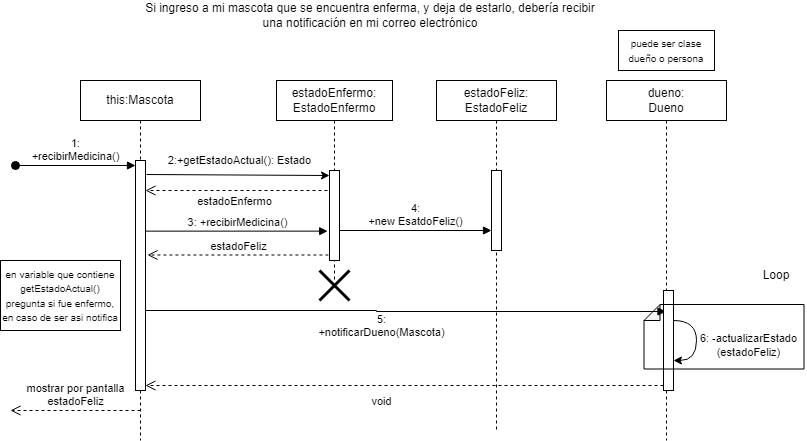
lautaro2034/pr2 keeps this draw.io diagram as tp integrador -final/diagrama de secuencias/patron Observer/patron observer.drawio.png. Above is the earlier version. Source tidied: cells renumbered, new cells last; positions are measured from the earlier drawing's top-left corner, leaving out a move shared by most shapes. The source it was exported from:
```xml
<mxGraphModel>
  <root>
    <mxCell id="0" />
    <mxCell id="1" parent="0" />
    <mxCell id="2" value="Si ingreso a mi mascota que se encuentra enferma, y deja de estarlo, debería recibir una notificación en mi correo electrónico" style="text;html=1;align=center;verticalAlign=middle;whiteSpace=wrap;rounded=0;" parent="1" vertex="1">
      <mxGeometry x="140" width="460" height="30" as="geometry" />
    </mxCell>
    <mxCell id="3" value="this:Mascota" style="shape=umlLifeline;perimeter=lifelinePerimeter;whiteSpace=wrap;html=1;newEdgeStyle={&quot;curved&quot;:0,&quot;rounded&quot;:0};" parent="1" vertex="1">
      <mxGeometry x="80" y="80" width="120" height="360" as="geometry" />
    </mxCell>
    <mxCell id="4" style="html=1;points=[[0,0,0,0,5],[0,1,0,0,-5],[1,0,0,0,5],[1,1,0,0,-5]];perimeter=orthogonalPerimeter;outlineConnect=0;targetShapes=umlLifeline;portConstraint=eastwest;newEdgeStyle={&quot;curved&quot;:0,&quot;rounded&quot;:0};" parent="3" vertex="1">
      <mxGeometry x="55" y="80" width="10" height="230" as="geometry" />
    </mxCell>
    <mxCell id="5" value="estadoEnfermo:&lt;div&gt;EstadoEnfermo&lt;/div&gt;" style="shape=umlLifeline;perimeter=lifelinePerimeter;whiteSpace=wrap;html=1;newEdgeStyle={&quot;curved&quot;:0,&quot;rounded&quot;:0};" parent="1" vertex="1">
      <mxGeometry x="276" y="80" width="116" height="200" as="geometry" />
    </mxCell>
    <mxCell id="6" style="html=1;points=[[0,0,0,0,5],[0,1,0,0,-5],[1,0,0,0,5],[1,1,0,0,-5]];perimeter=orthogonalPerimeter;outlineConnect=0;targetShapes=umlLifeline;portConstraint=eastwest;newEdgeStyle={&quot;curved&quot;:0,&quot;rounded&quot;:0};" parent="5" vertex="1">
      <mxGeometry x="53" y="90" width="10" height="90" as="geometry" />
    </mxCell>
    <mxCell id="7" value="estadoFeliz:&lt;div&gt;EstadoFeliz&lt;/div&gt;" style="shape=umlLifeline;perimeter=lifelinePerimeter;whiteSpace=wrap;html=1;newEdgeStyle={&quot;curved&quot;:0,&quot;rounded&quot;:0};" parent="1" vertex="1">
      <mxGeometry x="436" y="80" width="120" height="350" as="geometry" />
    </mxCell>
    <mxCell id="8" style="html=1;perimeter=orthogonalPerimeter;targetShapes=umlLifeline;newEdgeStyle={&quot;curved&quot;:0,&quot;rounded&quot;:0};" parent="7" vertex="1">
      <mxGeometry x="55" y="90" width="10" height="80" as="geometry" />
    </mxCell>
    <mxCell id="9" style="shape=umlDestroy;whiteSpace=wrap;html=1;strokeWidth=3;targetShapes=umlLifeline;" parent="1" vertex="1">
      <mxGeometry x="319" y="270" width="30" height="30" as="geometry" />
    </mxCell>
    <mxCell id="10" value="mostrar por pantalla&lt;br&gt;estadoFeliz" style="html=1;verticalAlign=bottom;endArrow=open;dashed=1;endSize=8;curved=0;rounded=0;" parent="1" edge="1">
      <mxGeometry relative="1" as="geometry">
        <mxPoint x="140" y="410" as="sourcePoint" />
        <mxPoint x="10" y="410" as="targetPoint" />
      </mxGeometry>
    </mxCell>
    <mxCell id="11" value="estadoFeliz" style="html=1;verticalAlign=bottom;endArrow=open;dashed=1;endSize=8;curved=0;rounded=0;" parent="1" edge="1">
      <mxGeometry relative="1" as="geometry">
        <mxPoint x="327.9" y="254.5" as="sourcePoint" />
        <mxPoint x="147" y="254.5" as="targetPoint" />
      </mxGeometry>
    </mxCell>
    <mxCell id="12" value="3: +recibirMedicina()" style="html=1;verticalAlign=bottom;endArrow=block;curved=0;rounded=0;entryX=-0.18;entryY=0.696;entryDx=0;entryDy=0;entryPerimeter=0;" parent="1" edge="1">
      <mxGeometry x="0.01" relative="1" as="geometry">
        <mxPoint x="145" y="230.6" as="sourcePoint" />
        <mxPoint x="327.2" y="230.6" as="targetPoint" />
      </mxGeometry>
    </mxCell>
    <mxCell id="13" value="1:&lt;div&gt;+recibirMedicina()&lt;/div&gt;" style="html=1;verticalAlign=bottom;startArrow=oval;startFill=1;endArrow=block;startSize=8;curved=0;rounded=0;" parent="1" edge="1">
      <mxGeometry relative="1" as="geometry">
        <mxPoint x="15" y="165" as="sourcePoint" />
        <mxPoint x="135" y="165" as="targetPoint" />
      </mxGeometry>
    </mxCell>
    <mxCell id="14" value="4:&lt;div&gt;+new EsatdoFeliz()&lt;/div&gt;" style="html=1;verticalAlign=bottom;endArrow=block;curved=0;rounded=0;" parent="1" edge="1">
      <mxGeometry relative="1" as="geometry">
        <mxPoint x="339" y="230" as="sourcePoint" />
        <mxPoint x="491" y="230" as="targetPoint" />
      </mxGeometry>
    </mxCell>
    <mxCell id="15" value="5:&lt;div&gt;+notificarDueno(Mascota)&lt;/div&gt;" style="html=1;verticalAlign=bottom;endArrow=block;rounded=0;edgeStyle=orthogonalEdgeStyle;" parent="1" edge="1" target="16">
      <mxGeometry x="-0.09" y="-30" relative="1" as="geometry">
        <mxPoint x="145" y="310" as="sourcePoint" />
        <Array as="points">
          <mxPoint x="376" y="311" />
        </Array>
      </mxGeometry>
    </mxCell>
    <mxCell id="16" value="dueno:&lt;div&gt;Dueno&lt;/div&gt;" style="shape=umlLifeline;perimeter=lifelinePerimeter;whiteSpace=wrap;html=1;outlineConnect=0;portConstraint=eastwest;newEdgeStyle={&quot;curved&quot;:0,&quot;rounded&quot;:0};" parent="1" vertex="1">
      <mxGeometry x="606" y="80" width="120" height="360" as="geometry" />
    </mxCell>
    <mxCell id="17" style="html=1;points=[[0,0,0,0,5],[0,1,0,0,-5],[1,0,0,0,5],[1,1,0,0,-5]];perimeter=orthogonalPerimeter;outlineConnect=0;targetShapes=umlLifeline;portConstraint=eastwest;newEdgeStyle={&quot;curved&quot;:0,&quot;rounded&quot;:0};" parent="16" vertex="1">
      <mxGeometry x="57" y="210" width="10" height="100" as="geometry" />
    </mxCell>
    <mxCell id="18" style="curved=1;endArrow=classic;html=1;rounded=0;elbow=vertical;" parent="16" edge="1" source="17" target="17">
      <mxGeometry relative="1" as="geometry">
        <Array as="points">
          <mxPoint x="90" y="240" />
        </Array>
      </mxGeometry>
    </mxCell>
    <mxCell id="19" value="6: -actualizarEstado&lt;div&gt;(estadoFeliz)&lt;/div&gt;" style="edgeLabel;html=1;align=center;verticalAlign=middle;" parent="18" vertex="1">
      <mxGeometry x="-0.14" y="-3" relative="1" as="geometry">
        <mxPoint x="54" y="10" as="offset" />
      </mxGeometry>
    </mxCell>
    <mxCell id="20" style="shape=note;whiteSpace=wrap;html=1;backgroundOutline=1;darkOpacity=0.05;rotation=-90;gradientColor=default;fillColor=none;size=16;" parent="1" vertex="1">
      <mxGeometry x="691.2" y="256.2" width="64.5" height="160" as="geometry" />
    </mxCell>
    <mxCell id="21" value="Loop" style="text;html=1;align=center;verticalAlign=middle;whiteSpace=wrap;rounded=0;" parent="1" vertex="1">
      <mxGeometry x="746" y="260" width="60" height="30" as="geometry" />
    </mxCell>
    <mxCell id="22" value="void" style="html=1;verticalAlign=bottom;endArrow=open;dashed=1;endSize=8;curved=0;rounded=0;entryX=1;entryY=1;entryDx=0;entryDy=-5;entryPerimeter=0;" parent="1" edge="1" source="17" target="4">
      <mxGeometry x="0.09" y="25" relative="1" as="geometry" />
    </mxCell>
    <mxCell id="23" value="&lt;font style=&quot;font-size: 10px;&quot;&gt;en variable que contiene getEstadoActual() pregunta si fue enfermo, en caso de ser asi notifica&lt;/font&gt;" style="rounded=0;whiteSpace=wrap;html=1;" parent="1" vertex="1">
      <mxGeometry y="260" width="120" height="70" as="geometry" />
    </mxCell>
    <mxCell id="24" style="endArrow=classic;html=1;rounded=0;entryX=0;entryY=0;entryDx=0;entryDy=5;entryPerimeter=0;" parent="1" edge="1" target="6">
      <mxGeometry relative="1" as="geometry">
        <mxPoint x="146" y="174" as="sourcePoint" />
      </mxGeometry>
    </mxCell>
    <mxCell id="25" value="2:+getEstadoActual(): Estado" style="edgeLabel;html=1;align=center;verticalAlign=middle;" parent="24" vertex="1">
      <mxGeometry x="-0.01" y="1" relative="1" as="geometry">
        <mxPoint x="2" y="-14" as="offset" />
      </mxGeometry>
    </mxCell>
    <mxCell id="26" value="estadoEnfermo" style="html=1;verticalAlign=bottom;endArrow=open;dashed=1;endSize=8;curved=0;rounded=0;" parent="1" edge="1" target="4">
      <mxGeometry x="0.02" y="20" relative="1" as="geometry">
        <mxPoint x="327" y="190" as="sourcePoint" />
      </mxGeometry>
    </mxCell>
    <mxCell id="27" value="&lt;span style=&quot;font-size: 10px;&quot;&gt;puede ser clase dueño o persona&lt;/span&gt;" style="rounded=0;whiteSpace=wrap;html=1;" parent="1" vertex="1">
      <mxGeometry x="618" y="30" width="96" height="40" as="geometry" />
    </mxCell>
  </root>
</mxGraphModel>
```
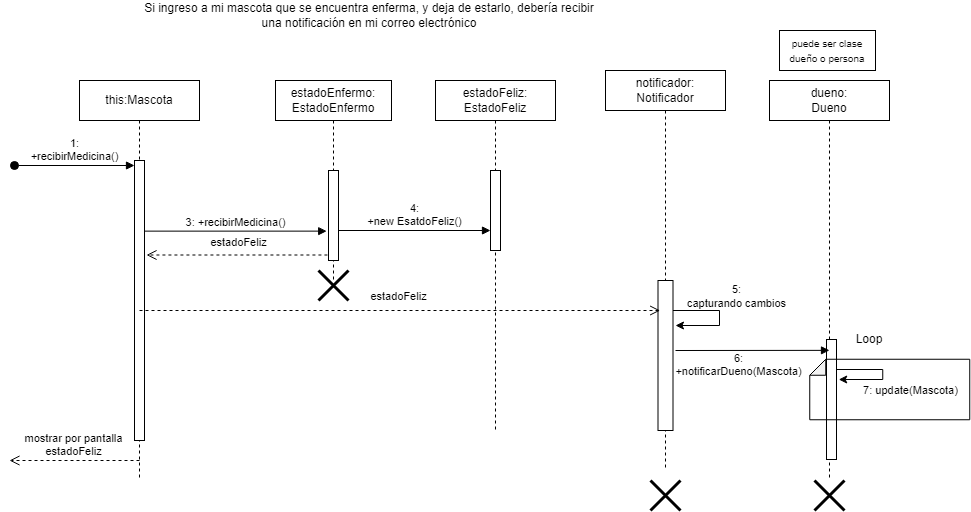
After the change.

Commit message:
agregar clase notificador en diag de secuencia patron observer

What changed in the source:
```diff
@@ -6,10 +6,10 @@
       <mxGeometry x="140" width="460" height="30" as="geometry" />
     </mxCell>
     <mxCell id="3" value="this:Mascota" style="shape=umlLifeline;perimeter=lifelinePerimeter;whiteSpace=wrap;html=1;newEdgeStyle={&quot;curved&quot;:0,&quot;rounded&quot;:0};" parent="1" vertex="1">
-      <mxGeometry x="80" y="80" width="120" height="360" as="geometry" />
+      <mxGeometry x="80" y="80" width="120" height="400" as="geometry" />
     </mxCell>
     <mxCell id="4" style="html=1;points=[[0,0,0,0,5],[0,1,0,0,-5],[1,0,0,0,5],[1,1,0,0,-5]];perimeter=orthogonalPerimeter;outlineConnect=0;targetShapes=umlLifeline;portConstraint=eastwest;newEdgeStyle={&quot;curved&quot;:0,&quot;rounded&quot;:0};" parent="3" vertex="1">
-      <mxGeometry x="55" y="80" width="10" height="230" as="geometry" />
+      <mxGeometry x="55" y="80" width="10" height="280" as="geometry" />
     </mxCell>
     <mxCell id="5" value="estadoEnfermo:&lt;div&gt;EstadoEnfermo&lt;/div&gt;" style="shape=umlLifeline;perimeter=lifelinePerimeter;whiteSpace=wrap;html=1;newEdgeStyle={&quot;curved&quot;:0,&quot;rounded&quot;:0};" parent="1" vertex="1">
       <mxGeometry x="276" y="80" width="116" height="200" as="geometry" />
@@ -28,12 +28,12 @@
     </mxCell>
     <mxCell id="10" value="mostrar por pantalla&lt;br&gt;estadoFeliz" style="html=1;verticalAlign=bottom;endArrow=open;dashed=1;endSize=8;curved=0;rounded=0;" parent="1" edge="1">
       <mxGeometry relative="1" as="geometry">
-        <mxPoint x="140" y="410" as="sourcePoint" />
-        <mxPoint x="10" y="410" as="targetPoint" />
+        <mxPoint x="140" y="460" as="sourcePoint" />
+        <mxPoint x="10" y="460" as="targetPoint" />
       </mxGeometry>
     </mxCell>
     <mxCell id="11" value="estadoFeliz" style="html=1;verticalAlign=bottom;endArrow=open;dashed=1;endSize=8;curved=0;rounded=0;" parent="1" edge="1">
-      <mxGeometry relative="1" as="geometry">
+      <mxGeometry x="-0.03" y="-4" relative="1" as="geometry">
         <mxPoint x="327.9" y="254.5" as="sourcePoint" />
         <mxPoint x="147" y="254.5" as="targetPoint" />
       </mxGeometry>
@@ -56,61 +56,71 @@
         <mxPoint x="491" y="230" as="targetPoint" />
       </mxGeometry>
     </mxCell>
-    <mxCell id="15" value="5:&lt;div&gt;+notificarDueno(Mascota)&lt;/div&gt;" style="html=1;verticalAlign=bottom;endArrow=block;rounded=0;edgeStyle=orthogonalEdgeStyle;" parent="1" edge="1" target="16">
-      <mxGeometry x="-0.09" y="-30" relative="1" as="geometry">
-        <mxPoint x="145" y="310" as="sourcePoint" />
-        <Array as="points">
-          <mxPoint x="376" y="311" />
-        </Array>
-      </mxGeometry>
-    </mxCell>
     <mxCell id="16" value="dueno:&lt;div&gt;Dueno&lt;/div&gt;" style="shape=umlLifeline;perimeter=lifelinePerimeter;whiteSpace=wrap;html=1;outlineConnect=0;portConstraint=eastwest;newEdgeStyle={&quot;curved&quot;:0,&quot;rounded&quot;:0};" parent="1" vertex="1">
-      <mxGeometry x="606" y="80" width="120" height="360" as="geometry" />
+      <mxGeometry x="770" y="80" width="120" height="400" as="geometry" />
     </mxCell>
     <mxCell id="17" style="html=1;points=[[0,0,0,0,5],[0,1,0,0,-5],[1,0,0,0,5],[1,1,0,0,-5]];perimeter=orthogonalPerimeter;outlineConnect=0;targetShapes=umlLifeline;portConstraint=eastwest;newEdgeStyle={&quot;curved&quot;:0,&quot;rounded&quot;:0};" parent="16" vertex="1">
-      <mxGeometry x="57" y="210" width="10" height="100" as="geometry" />
+      <mxGeometry x="57" y="259" width="10" height="120" as="geometry" />
     </mxCell>
-    <mxCell id="18" style="curved=1;endArrow=classic;html=1;rounded=0;elbow=vertical;" parent="16" edge="1" source="17" target="17">
-      <mxGeometry relative="1" as="geometry">
-        <Array as="points">
-          <mxPoint x="90" y="240" />
-        </Array>
-      </mxGeometry>
-    </mxCell>
-    <mxCell id="19" value="6: -actualizarEstado&lt;div&gt;(estadoFeliz)&lt;/div&gt;" style="edgeLabel;html=1;align=center;verticalAlign=middle;" parent="18" vertex="1">
-      <mxGeometry x="-0.14" y="-3" relative="1" as="geometry">
-        <mxPoint x="54" y="10" as="offset" />
-      </mxGeometry>
-    </mxCell>
+    <mxCell id="21" value="Loop" style="text;html=1;align=center;verticalAlign=middle;whiteSpace=wrap;rounded=0;" parent="1" vertex="1">
+      <mxGeometry x="840" y="324" width="60" height="30" as="geometry" />
+    </mxCell>
+    <mxCell id="27" value="&lt;span style=&quot;font-size: 10px;&quot;&gt;puede ser clase dueño o persona&lt;/span&gt;" style="rounded=0;whiteSpace=wrap;html=1;" parent="1" vertex="1">
+      <mxGeometry x="780" y="30" width="96" height="40" as="geometry" />
+    </mxCell>
+    <mxCell id="28" value="notificador:&lt;div&gt;Notificador&lt;/div&gt;" style="shape=umlLifeline;perimeter=lifelinePerimeter;whiteSpace=wrap;html=1;newEdgeStyle={&quot;curved&quot;:0,&quot;rounded&quot;:0};" parent="1" vertex="1">
+      <mxGeometry x="606" y="70" width="120" height="400" as="geometry" />
+    </mxCell>
+    <mxCell id="29" style="html=1;perimeter=orthogonalPerimeter;targetShapes=umlLifeline;newEdgeStyle={&quot;curved&quot;:0,&quot;rounded&quot;:0};" parent="28" vertex="1">
+      <mxGeometry x="52.5" y="210" width="15" height="150" as="geometry" />
+    </mxCell>
+    <mxCell id="30" style="endArrow=classic;html=1;rounded=0;edgeStyle=elbowEdgeStyle;exitX=1;exitY=0;exitDx=0;exitDy=5;exitPerimeter=0;" parent="28" edge="1">
+      <mxGeometry relative="1" as="geometry">
+        <mxPoint x="67.5" y="240" as="sourcePoint" />
+        <mxPoint x="70" y="255" as="targetPoint" />
+        <Array as="points">
+          <mxPoint x="114" y="245" />
+        </Array>
+      </mxGeometry>
+    </mxCell>
+    <mxCell id="31" value="5:&lt;div&gt;capturando cambios&lt;/div&gt;" style="edgeLabel;html=1;align=center;verticalAlign=middle;" parent="30" vertex="1">
+      <mxGeometry x="-0.52" y="-3" relative="1" as="geometry">
+        <mxPoint x="37" y="-18" as="offset" />
+      </mxGeometry>
+    </mxCell>
+    <mxCell id="32" style="shape=umlDestroy;whiteSpace=wrap;html=1;strokeWidth=3;targetShapes=umlLifeline;" parent="28" vertex="1">
+      <mxGeometry x="45" y="410" width="30" height="30" as="geometry" />
+    </mxCell>
+    <mxCell id="33" value="6:&lt;div&gt;+notificarDueno(Mascota)&lt;/div&gt;" style="html=1;verticalAlign=bottom;endArrow=block;rounded=0;edgeStyle=elbowEdgeStyle;elbow=vertical;" parent="1" edge="1">
+      <mxGeometry x="-0.18" y="-30" relative="1" as="geometry">
+        <mxPoint x="676" y="350" as="sourcePoint" />
+        <mxPoint x="830" y="350" as="targetPoint" />
+      </mxGeometry>
+    </mxCell>
+    <mxCell id="34" value="estadoFeliz" style="html=1;verticalAlign=bottom;endArrow=open;dashed=1;endSize=8;curved=0;rounded=0;" parent="1" edge="1">
+      <mxGeometry x="-0.01" y="5" relative="1" as="geometry">
+        <mxPoint x="140" y="310" as="sourcePoint" />
+        <mxPoint x="660.7" y="310" as="targetPoint" />
+      </mxGeometry>
+    </mxCell>
+    <mxCell id="35" style="endArrow=classic;html=1;rounded=0;edgeStyle=elbowEdgeStyle;" parent="1" edge="1" source="17">
+      <mxGeometry relative="1" as="geometry">
+        <mxPoint x="839.2" y="379" as="targetPoint" />
+        <Array as="points">
+          <mxPoint x="883.2" y="369" />
+        </Array>
+      </mxGeometry>
+    </mxCell>
+    <mxCell id="36" value="7: update(Mascota)" style="edgeLabel;html=1;align=center;verticalAlign=middle;" parent="35" vertex="1">
+      <mxGeometry x="-0.44" relative="1" as="geometry">
+        <mxPoint x="45" y="20" as="offset" />
+      </mxGeometry>
+    </mxCell>
     <mxCell id="20" style="shape=note;whiteSpace=wrap;html=1;backgroundOutline=1;darkOpacity=0.05;rotation=-90;gradientColor=default;fillColor=none;size=16;" parent="1" vertex="1">
-      <mxGeometry x="691.2" y="256.2" width="64.5" height="160" as="geometry" />
+      <mxGeometry x="860" y="309" width="60.5" height="160" as="geometry" />
     </mxCell>
-    <mxCell id="21" value="Loop" style="text;html=1;align=center;verticalAlign=middle;whiteSpace=wrap;rounded=0;" parent="1" vertex="1">
-      <mxGeometry x="746" y="260" width="60" height="30" as="geometry" />
-    </mxCell>
-    <mxCell id="22" value="void" style="html=1;verticalAlign=bottom;endArrow=open;dashed=1;endSize=8;curved=0;rounded=0;entryX=1;entryY=1;entryDx=0;entryDy=-5;entryPerimeter=0;" parent="1" edge="1" source="17" target="4">
-      <mxGeometry x="0.09" y="25" relative="1" as="geometry" />
-    </mxCell>
-    <mxCell id="23" value="&lt;font style=&quot;font-size: 10px;&quot;&gt;en variable que contiene getEstadoActual() pregunta si fue enfermo, en caso de ser asi notifica&lt;/font&gt;" style="rounded=0;whiteSpace=wrap;html=1;" parent="1" vertex="1">
-      <mxGeometry y="260" width="120" height="70" as="geometry" />
-    </mxCell>
-    <mxCell id="24" style="endArrow=classic;html=1;rounded=0;entryX=0;entryY=0;entryDx=0;entryDy=5;entryPerimeter=0;" parent="1" edge="1" target="6">
-      <mxGeometry relative="1" as="geometry">
-        <mxPoint x="146" y="174" as="sourcePoint" />
-      </mxGeometry>
-    </mxCell>
-    <mxCell id="25" value="2:+getEstadoActual(): Estado" style="edgeLabel;html=1;align=center;verticalAlign=middle;" parent="24" vertex="1">
-      <mxGeometry x="-0.01" y="1" relative="1" as="geometry">
-        <mxPoint x="2" y="-14" as="offset" />
-      </mxGeometry>
-    </mxCell>
-    <mxCell id="26" value="estadoEnfermo" style="html=1;verticalAlign=bottom;endArrow=open;dashed=1;endSize=8;curved=0;rounded=0;" parent="1" edge="1" target="4">
-      <mxGeometry x="0.02" y="20" relative="1" as="geometry">
-        <mxPoint x="327" y="190" as="sourcePoint" />
-      </mxGeometry>
-    </mxCell>
-    <mxCell id="27" value="&lt;span style=&quot;font-size: 10px;&quot;&gt;puede ser clase dueño o persona&lt;/span&gt;" style="rounded=0;whiteSpace=wrap;html=1;" parent="1" vertex="1">
-      <mxGeometry x="618" y="30" width="96" height="40" as="geometry" />
-    </mxCell>
+    <mxCell id="37" style="shape=umlDestroy;whiteSpace=wrap;html=1;strokeWidth=3;targetShapes=umlLifeline;" parent="1" vertex="1">
+      <mxGeometry x="815" y="480" width="30" height="30" as="geometry" />
+    </mxCell>
   </root>
 </mxGraphModel>
```
